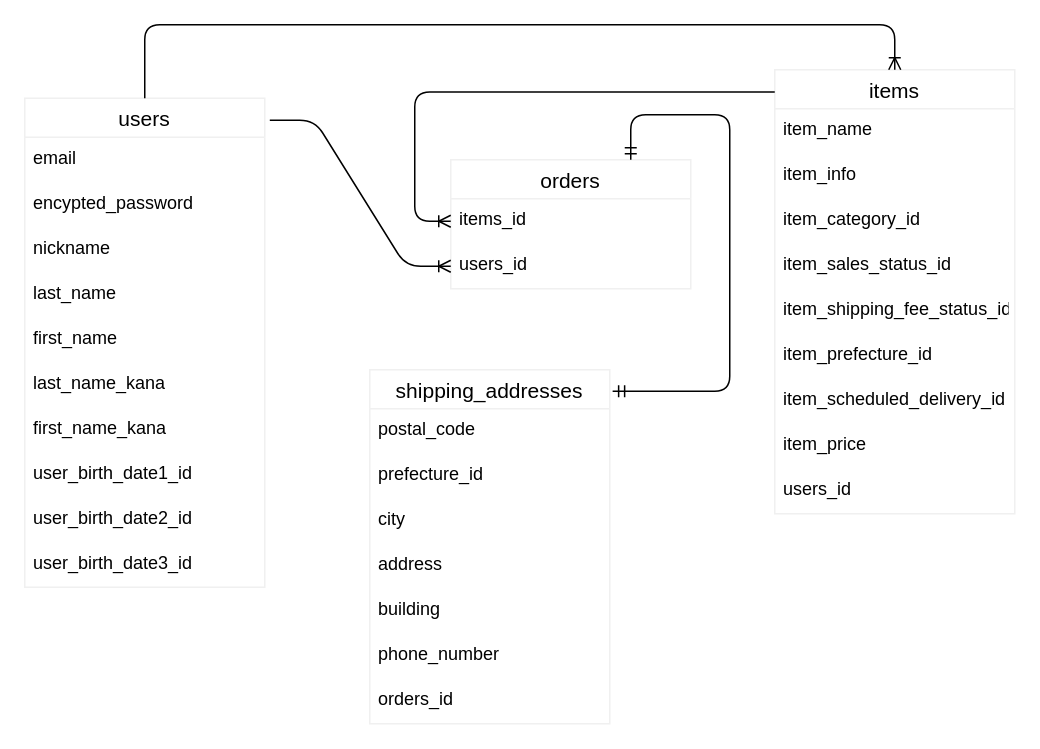
This is er.dio from mathsr190/furima-36687, a draw.io file, before an edit. Source tidied: cells renumbered, new cells numbered last; positions are measured from the earlier drawing's top-left corner, leaving out a move shared by most shapes. Both pictures are drawn from the tidied source at 150%, with x=0, y=0 at pixel (24, 24).
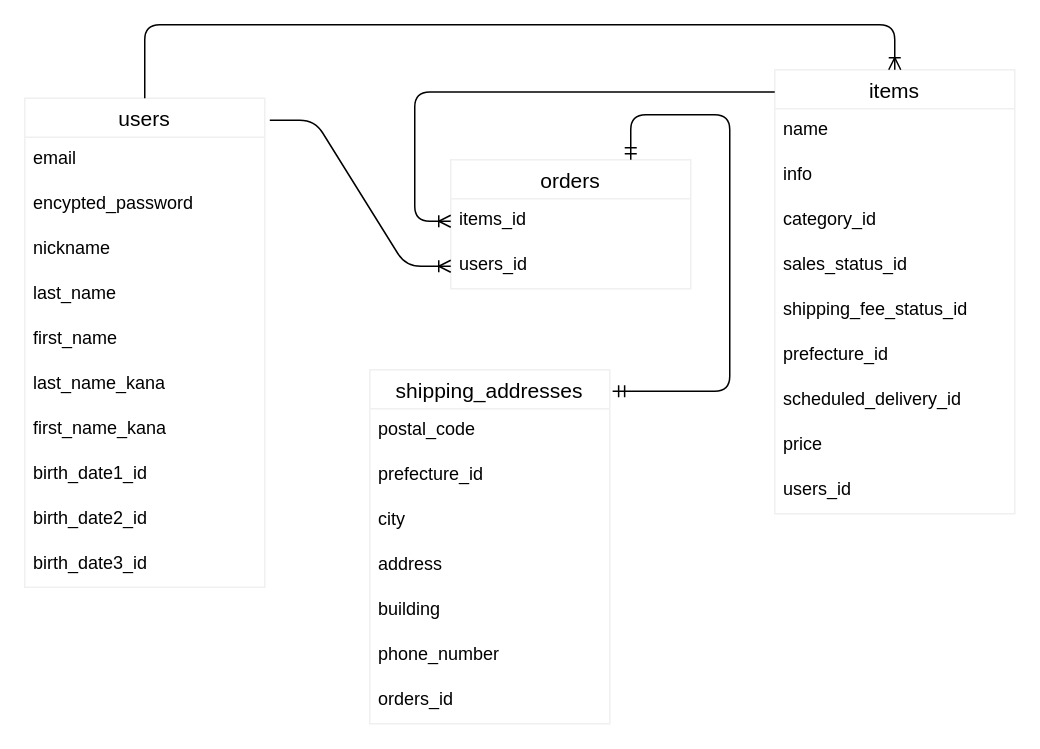
Above is the later version.

The change refers to these unchanged cells:
```xml
<mxCell id="2" value="users" style="swimlane;fontStyle=0;horizontal=1;startSize=26;align=center;fontSize=14;strokeColor=#F0F0F0;" parent="1" vertex="1">
  <mxGeometry y="49" width="160" height="326" as="geometry" />
</mxCell>
<mxCell id="13" value="items" style="swimlane;fontStyle=0;horizontal=1;startSize=26;align=center;fontSize=14;strokeColor=#F0F0F0;" parent="1" vertex="1">
  <mxGeometry x="500" y="30" width="160" height="296" as="geometry" />
</mxCell>
```

Diff of the diagram source:
```diff
@@
-    <mxCell id="10" value="user_birth_date1_id" style="text;strokeColor=none;fillColor=none;spacingLeft=4;spacingRight=4;overflow=hidden;fontSize=12;" parent="2" vertex="1">
+    <mxCell id="10" value="birth_date1_id" style="text;strokeColor=none;fillColor=none;spacingLeft=4;spacingRight=4;overflow=hidden;fontSize=12;" parent="2" vertex="1">
       <mxGeometry y="236" width="160" height="30" as="geometry" />
     </mxCell>
-    <mxCell id="11" value="user_birth_date2_id" style="text;strokeColor=none;fillColor=none;spacingLeft=4;spacingRight=4;overflow=hidden;fontSize=12;" parent="2" vertex="1">
+    <mxCell id="11" value="birth_date2_id" style="text;strokeColor=none;fillColor=none;spacingLeft=4;spacingRight=4;overflow=hidden;fontSize=12;" parent="2" vertex="1">
       <mxGeometry y="266" width="160" height="30" as="geometry" />
     </mxCell>
-    <mxCell id="12" value="user_birth_date3_id" style="text;strokeColor=none;fillColor=none;spacingLeft=4;spacingRight=4;overflow=hidden;fontSize=12;" parent="2" vertex="1">
+    <mxCell id="12" value="birth_date3_id" style="text;strokeColor=none;fillColor=none;spacingLeft=4;spacingRight=4;overflow=hidden;fontSize=12;" parent="2" vertex="1">
       <mxGeometry y="296" width="160" height="30" as="geometry" />
     </mxCell>
@@
-    <mxCell id="14" value="item_name" style="text;strokeColor=none;fillColor=none;spacingLeft=4;spacingRight=4;overflow=hidden;fontSize=12;" parent="13" vertex="1">
+    <mxCell id="14" value="name" style="text;strokeColor=none;fillColor=none;spacingLeft=4;spacingRight=4;overflow=hidden;fontSize=12;" parent="13" vertex="1">
       <mxGeometry y="26" width="160" height="30" as="geometry" />
     </mxCell>
-    <mxCell id="15" value="item_info" style="text;strokeColor=none;fillColor=none;spacingLeft=4;spacingRight=4;overflow=hidden;fontSize=12;" parent="13" vertex="1">
+    <mxCell id="15" value="info" style="text;strokeColor=none;fillColor=none;spacingLeft=4;spacingRight=4;overflow=hidden;fontSize=12;" parent="13" vertex="1">
       <mxGeometry y="56" width="160" height="30" as="geometry" />
     </mxCell>
-    <mxCell id="16" value="item_category_id" style="text;strokeColor=none;fillColor=none;spacingLeft=4;spacingRight=4;overflow=hidden;fontSize=12;" parent="13" vertex="1">
+    <mxCell id="16" value="category_id" style="text;strokeColor=none;fillColor=none;spacingLeft=4;spacingRight=4;overflow=hidden;fontSize=12;" parent="13" vertex="1">
       <mxGeometry y="86" width="160" height="30" as="geometry" />
     </mxCell>
-    <mxCell id="17" value="item_sales_status_id" style="text;strokeColor=none;fillColor=none;spacingLeft=4;spacingRight=4;overflow=hidden;fontSize=12;" parent="13" vertex="1">
+    <mxCell id="17" value="sales_status_id" style="text;strokeColor=none;fillColor=none;spacingLeft=4;spacingRight=4;overflow=hidden;fontSize=12;" parent="13" vertex="1">
       <mxGeometry y="116" width="160" height="30" as="geometry" />
     </mxCell>
-    <mxCell id="18" value="item_shipping_fee_status_id" style="text;strokeColor=none;fillColor=none;spacingLeft=4;spacingRight=4;overflow=hidden;fontSize=12;" parent="13" vertex="1">
+    <mxCell id="18" value="shipping_fee_status_id" style="text;strokeColor=none;fillColor=none;spacingLeft=4;spacingRight=4;overflow=hidden;fontSize=12;" parent="13" vertex="1">
       <mxGeometry y="146" width="160" height="30" as="geometry" />
     </mxCell>
-    <mxCell id="19" value="item_prefecture_id" style="text;strokeColor=none;fillColor=none;spacingLeft=4;spacingRight=4;overflow=hidden;fontSize=12;" parent="13" vertex="1">
+    <mxCell id="19" value="prefecture_id" style="text;strokeColor=none;fillColor=none;spacingLeft=4;spacingRight=4;overflow=hidden;fontSize=12;" parent="13" vertex="1">
       <mxGeometry y="176" width="160" height="30" as="geometry" />
     </mxCell>
-    <mxCell id="20" value="item_scheduled_delivery_id" style="text;strokeColor=none;fillColor=none;spacingLeft=4;spacingRight=4;overflow=hidden;fontSize=12;" parent="13" vertex="1">
+    <mxCell id="20" value="scheduled_delivery_id" style="text;strokeColor=none;fillColor=none;spacingLeft=4;spacingRight=4;overflow=hidden;fontSize=12;" parent="13" vertex="1">
       <mxGeometry y="206" width="160" height="30" as="geometry" />
     </mxCell>
-    <mxCell id="21" value="item_price" style="text;strokeColor=none;fillColor=none;spacingLeft=4;spacingRight=4;overflow=hidden;fontSize=12;" parent="13" vertex="1">
+    <mxCell id="21" value="price" style="text;strokeColor=none;fillColor=none;spacingLeft=4;spacingRight=4;overflow=hidden;fontSize=12;" parent="13" vertex="1">
       <mxGeometry y="236" width="160" height="30" as="geometry" />
     </mxCell>
```
